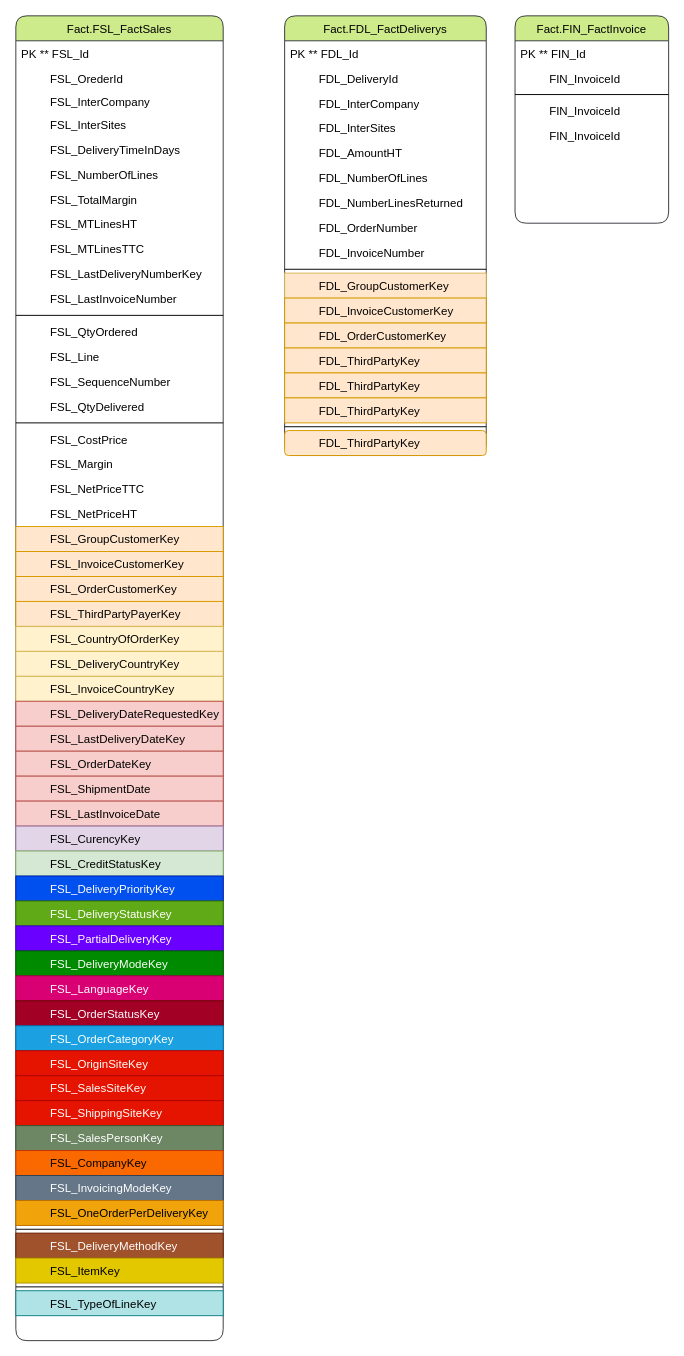
Before: Diagramme sans nom.drawio in BorchaniMohamed/BI_PROJECT_PFE, a draw.io diagram. Source tidied: cells renumbered, new cells numbered last; positions are measured from the earlier drawing's top-left corner, leaving out a move shared by most shapes. Both pictures are drawn from the tidied source at 96%, with x=0, y=0 at pixel (15, 15).
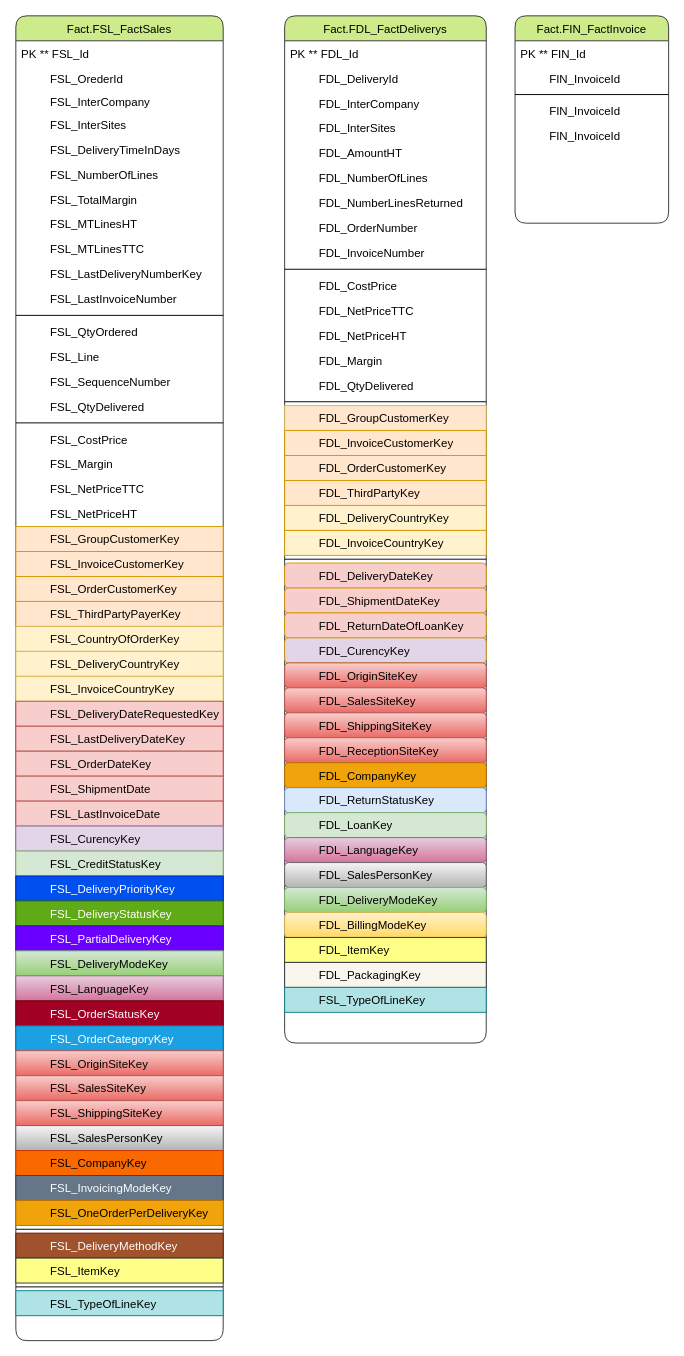
The same diagram, later.

Commit message (it also covers changes not shown here):
Mettre à jour Diagramme sans nom.drawio

The change refers to these unchanged cells:
```xml
<mxCell id="27" value="Fact.FSL_FactSales" style="swimlane;fontStyle=0;align=center;verticalAlign=top;horizontal=1;startSize=26;rounded=1;shadow=0;strokeWidth=1;fillStyle=auto;fillColor=#cdeb8b;strokeColor=#36393d;" parent="1" vertex="1">
  <mxGeometry width="216" height="1380" as="geometry" />
</mxCell>
```

Diff of the diagram source:
```diff
@@
     <mxCell id="2" value="Fact.FDL_FactDeliverys" style="swimlane;fontStyle=0;align=center;verticalAlign=top;horizontal=1;startSize=26;rounded=1;shadow=0;strokeWidth=1;fillColor=#cdeb8b;strokeColor=#36393d;" parent="1" vertex="1">
-      <mxGeometry x="280" width="210" height="458" as="geometry" />
+      <mxGeometry x="280" width="210" height="1070" as="geometry" />
     </mxCell>
@@
+    <mxCell id="82" value="         FDL_CostPrice   " style="text;align=left;verticalAlign=top;spacingLeft=4;spacingRight=4;overflow=hidden;rounded=0;shadow=0;html=0;" parent="2" vertex="1">
+      <mxGeometry y="268" width="210" height="26" as="geometry" />
+    </mxCell>
+    <mxCell id="83" value="         FDL_NetPriceTTC  " style="text;align=left;verticalAlign=top;spacingLeft=4;spacingRight=4;overflow=hidden;rounded=0;shadow=0;html=0;" parent="2" vertex="1">
+      <mxGeometry y="294" width="210" height="26" as="geometry" />
+    </mxCell>
+    <mxCell id="84" value="         FDL_NetPriceHT  " style="text;align=left;verticalAlign=top;spacingLeft=4;spacingRight=4;overflow=hidden;rounded=0;shadow=0;html=0;" parent="2" vertex="1">
+      <mxGeometry y="320" width="210" height="26" as="geometry" />
+    </mxCell>
+    <mxCell id="85" value="         FDL_Margin  " style="text;align=left;verticalAlign=top;spacingLeft=4;spacingRight=4;overflow=hidden;rounded=0;shadow=0;html=0;" parent="2" vertex="1">
+      <mxGeometry y="346" width="210" height="26" as="geometry" />
+    </mxCell>
+    <mxCell id="86" value="         FDL_QtyDelivered  " style="text;align=left;verticalAlign=top;spacingLeft=4;spacingRight=4;overflow=hidden;rounded=0;shadow=0;html=0;" parent="2" vertex="1">
+      <mxGeometry y="372" width="210" height="26" as="geometry" />
+    </mxCell>
+    <mxCell id="87" style="line;html=1;strokeWidth=1;align=left;verticalAlign=middle;spacingTop=-1;spacingLeft=3;spacingRight=3;labelPosition=right;" parent="2" vertex="1">
+      <mxGeometry y="398" width="210" height="8" as="geometry" />
+    </mxCell>
     <mxCell id="13" value="         FDL_GroupCustomerKey  " style="text;align=left;verticalAlign=top;spacingLeft=4;spacingRight=4;overflow=hidden;rounded=0;shadow=0;html=0;fillColor=#FFE6CC;strokeColor=#d6b656;" parent="2" vertex="1">
-      <mxGeometry y="268" width="210" height="26" as="geometry" />
+      <mxGeometry y="406" width="210" height="26" as="geometry" />
     </mxCell>
     <mxCell id="14" value="         FDL_InvoiceCustomerKey  " style="text;align=left;verticalAlign=top;spacingLeft=4;spacingRight=4;overflow=hidden;rounded=0;shadow=0;html=0;fillColor=#ffe6cc;strokeColor=#d79b00;" parent="2" vertex="1">
-      <mxGeometry y="294" width="210" height="26" as="geometry" />
+      <mxGeometry y="432" width="210" height="26" as="geometry" />
     </mxCell>
     <mxCell id="15" value="         FDL_OrderCustomerKey  " style="text;align=left;verticalAlign=top;spacingLeft=4;spacingRight=4;overflow=hidden;rounded=0;shadow=0;html=0;fillColor=#ffe6cc;strokeColor=#d79b00;" parent="2" vertex="1">
-      <mxGeometry y="320" width="210" height="26" as="geometry" />
+      <mxGeometry y="458" width="210" height="26" as="geometry" />
     </mxCell>
     <mxCell id="16" value="         FDL_ThirdPartyKey  " style="text;align=left;verticalAlign=top;spacingLeft=4;spacingRight=4;overflow=hidden;rounded=0;shadow=0;html=0;fillColor=#ffe6cc;strokeColor=#d79b00;" parent="2" vertex="1">
-      <mxGeometry y="346" width="210" height="26" as="geometry" />
+      <mxGeometry y="484" width="210" height="26" as="geometry" />
     </mxCell>
-    <mxCell id="17" value="         FDL_ThirdPartyKey  " style="text;align=left;verticalAlign=top;spacingLeft=4;spacingRight=4;overflow=hidden;rounded=0;shadow=0;html=0;fillColor=#ffe6cc;strokeColor=#d79b00;" parent="2" vertex="1">
-      <mxGeometry y="372" width="210" height="26" as="geometry" />
+    <mxCell id="17" value="         FDL_DeliveryCountryKey  " style="text;align=left;verticalAlign=top;spacingLeft=4;spacingRight=4;overflow=hidden;rounded=0;shadow=0;html=0;fillColor=#FFF2CC;strokeColor=#d79b00;" parent="2" vertex="1">
+      <mxGeometry y="510" width="210" height="26" as="geometry" />
     </mxCell>
-    <mxCell id="18" value="         FDL_ThirdPartyKey  " style="text;align=left;verticalAlign=top;spacingLeft=4;spacingRight=4;overflow=hidden;rounded=0;shadow=0;html=0;fillColor=#ffe6cc;strokeColor=#d79b00;" parent="2" vertex="1">
-      <mxGeometry y="398" width="210" height="26" as="geometry" />
+    <mxCell id="18" value="         FDL_InvoiceCountryKey" style="text;align=left;verticalAlign=top;spacingLeft=4;spacingRight=4;overflow=hidden;rounded=0;shadow=0;html=0;fillColor=#FFF2CC;strokeColor=#d79b00;" parent="2" vertex="1">
+      <mxGeometry y="536" width="210" height="26" as="geometry" />
     </mxCell>
     <mxCell id="19" style="line;html=1;strokeWidth=1;align=left;verticalAlign=middle;spacingTop=-1;spacingLeft=3;spacingRight=3;labelPosition=right;" parent="2" vertex="1">
-      <mxGeometry y="424" width="210" height="8" as="geometry" />
+      <mxGeometry y="562" width="210" height="8" as="geometry" />
     </mxCell>
-    <mxCell id="20" value="         FDL_ThirdPartyKey  " style="text;align=left;verticalAlign=top;spacingLeft=4;spacingRight=4;overflow=hidden;rounded=1;shadow=0;html=0;fillColor=#ffe6cc;strokeColor=#d79b00;" parent="2" vertex="1">
-      <mxGeometry y="432" width="210" height="26" as="geometry" />
+    <mxCell id="20" value="         FDL_DeliveryDateKey  " style="text;align=left;verticalAlign=top;spacingLeft=4;spacingRight=4;overflow=hidden;rounded=1;shadow=0;html=0;fillColor=#F8CECC;strokeColor=#d79b00;" parent="2" vertex="1">
+      <mxGeometry y="570" width="210" height="26" as="geometry" />
     </mxCell>
+    <mxCell id="88" value="         FDL_ShipmentDateKey  " style="text;align=left;verticalAlign=top;spacingLeft=4;spacingRight=4;overflow=hidden;rounded=1;shadow=0;html=0;fillColor=#F8CECC;strokeColor=#d79b00;" parent="2" vertex="1">
+      <mxGeometry y="596" width="210" height="26" as="geometry" />
+    </mxCell>
+    <mxCell id="89" value="         FDL_ReturnDateOfLoanKey  " style="text;align=left;verticalAlign=top;spacingLeft=4;spacingRight=4;overflow=hidden;rounded=1;shadow=0;html=0;fillColor=#F8CECC;strokeColor=#d79b00;" parent="2" vertex="1">
+      <mxGeometry y="622" width="210" height="26" as="geometry" />
+    </mxCell>
+    <mxCell id="90" value="         FDL_CurencyKey  " style="text;align=left;verticalAlign=top;spacingLeft=4;spacingRight=4;overflow=hidden;rounded=1;shadow=0;html=0;fillColor=#E1D5E7;strokeColor=#d79b00;" parent="2" vertex="1">
+      <mxGeometry y="648" width="210" height="26" as="geometry" />
+    </mxCell>
+    <mxCell id="91" value="         FDL_OriginSiteKey&#10;  " style="text;align=left;verticalAlign=top;spacingLeft=4;spacingRight=4;overflow=hidden;rounded=1;shadow=0;html=0;fillColor=#f8cecc;strokeColor=#b85450;gradientColor=#ea6b66;" parent="2" vertex="1">
+      <mxGeometry y="674" width="210" height="26" as="geometry" />
+    </mxCell>
+    <mxCell id="92" value="         FDL_SalesSiteKey&#10;  " style="text;align=left;verticalAlign=top;spacingLeft=4;spacingRight=4;overflow=hidden;rounded=1;shadow=0;html=0;fillColor=#f8cecc;strokeColor=#b85450;gradientColor=#ea6b66;" parent="2" vertex="1">
+      <mxGeometry y="700" width="210" height="26" as="geometry" />
+    </mxCell>
+    <mxCell id="93" value="         FDL_ShippingSiteKey&#10;  " style="text;align=left;verticalAlign=top;spacingLeft=4;spacingRight=4;overflow=hidden;rounded=1;shadow=0;html=0;fillColor=#f8cecc;strokeColor=#b85450;gradientColor=#ea6b66;" parent="2" vertex="1">
+      <mxGeometry y="726" width="210" height="26" as="geometry" />
+    </mxCell>
+    <mxCell id="94" value="         FDL_ReceptionSiteKey&#10;  " style="text;align=left;verticalAlign=top;spacingLeft=4;spacingRight=4;overflow=hidden;rounded=1;shadow=0;html=0;fillColor=#f8cecc;strokeColor=#b85450;gradientColor=#ea6b66;" parent="2" vertex="1">
+      <mxGeometry y="752" width="210" height="26" as="geometry" />
+    </mxCell>
+    <mxCell id="95" value="         FDL_CompanyKey&#10;  " style="text;align=left;verticalAlign=top;spacingLeft=4;spacingRight=4;overflow=hidden;rounded=1;shadow=0;html=0;fillColor=#f0a30a;strokeColor=#BD7000;fontColor=#000000;" parent="2" vertex="1">
+      <mxGeometry y="778" width="210" height="26" as="geometry" />
+    </mxCell>
+    <mxCell id="96" value="         FDL_ReturnStatusKey&#10;  " style="text;align=left;verticalAlign=top;spacingLeft=4;spacingRight=4;overflow=hidden;rounded=1;shadow=0;html=0;fillColor=#dae8fc;strokeColor=#6c8ebf;" parent="2" vertex="1">
+      <mxGeometry y="804" width="210" height="26" as="geometry" />
+    </mxCell>
+    <mxCell id="97" value="         FDL_LoanKey&#10;  " style="text;align=left;verticalAlign=top;spacingLeft=4;spacingRight=4;overflow=hidden;rounded=1;shadow=0;html=0;fillColor=#d5e8d4;strokeColor=#82b366;" parent="2" vertex="1">
+      <mxGeometry y="830" width="210" height="26" as="geometry" />
+    </mxCell>
+    <mxCell id="98" value="         FDL_LanguageKey&#10;  " style="text;align=left;verticalAlign=top;spacingLeft=4;spacingRight=4;overflow=hidden;rounded=1;shadow=0;html=0;fillColor=#e6d0de;strokeColor=#996185;gradientColor=#d5739d;" parent="2" vertex="1">
+      <mxGeometry y="856" width="210" height="26" as="geometry" />
+    </mxCell>
+    <mxCell id="99" value="         FDL_SalesPersonKey&#10;  " style="text;align=left;verticalAlign=top;spacingLeft=4;spacingRight=4;overflow=hidden;rounded=1;shadow=0;html=0;fillColor=#f5f5f5;strokeColor=#666666;gradientColor=#b3b3b3;" parent="2" vertex="1">
+      <mxGeometry y="882" width="210" height="26" as="geometry" />
+    </mxCell>
+    <mxCell id="100" value="         FDL_DeliveryModeKey&#10;  " style="text;align=left;verticalAlign=top;spacingLeft=4;spacingRight=4;overflow=hidden;rounded=1;shadow=0;html=0;fillColor=#d5e8d4;strokeColor=#82b366;gradientColor=#97d077;" parent="2" vertex="1">
+      <mxGeometry y="908" width="210" height="26" as="geometry" />
+    </mxCell>
+    <mxCell id="101" value="         FDL_BillingModeKey&#10;  " style="text;align=left;verticalAlign=top;spacingLeft=4;spacingRight=4;overflow=hidden;rounded=1;shadow=0;html=0;fillColor=#fff2cc;strokeColor=#d6b656;gradientColor=#ffd966;" parent="2" vertex="1">
+      <mxGeometry y="934" width="210" height="26" as="geometry" />
+    </mxCell>
+    <mxCell id="102" value="         FDL_ItemKey " style="text;align=left;verticalAlign=top;spacingLeft=4;spacingRight=4;overflow=hidden;rounded=0;shadow=0;html=0;fillColor=#ffff88;strokeColor=#36393d;" parent="2" vertex="1">
+      <mxGeometry y="960" width="210" height="26" as="geometry" />
+    </mxCell>
+    <mxCell id="103" value="         FDL_PackagingKey " style="text;align=left;verticalAlign=top;spacingLeft=4;spacingRight=4;overflow=hidden;rounded=0;shadow=0;html=0;fillColor=#f9f7ed;strokeColor=#36393d;" parent="2" vertex="1">
+      <mxGeometry y="986" width="210" height="26" as="geometry" />
+    </mxCell>
+    <mxCell id="104" value="         FSL_TypeOfLineKey " style="text;align=left;verticalAlign=top;spacingLeft=4;spacingRight=4;overflow=hidden;rounded=0;shadow=0;html=0;fillColor=#b0e3e6;strokeColor=#0e8088;" parent="2" vertex="1">
+      <mxGeometry y="1012" width="210" height="26" as="geometry" />
+    </mxCell>
@@
-    <mxCell id="66" value="         FSL_DeliveryModeKey" style="text;align=left;verticalAlign=top;spacingLeft=4;spacingRight=4;overflow=hidden;rounded=0;shadow=0;html=0;fillColor=#008a00;strokeColor=#005700;fontColor=#ffffff;" parent="27" vertex="1">
+    <mxCell id="66" value="         FSL_DeliveryModeKey" style="text;align=left;verticalAlign=top;spacingLeft=4;spacingRight=4;overflow=hidden;rounded=0;shadow=0;html=0;fillColor=#d5e8d4;strokeColor=#82b366;gradientColor=#97d077;" parent="27" vertex="1">
       <mxGeometry y="974" width="216" height="26" as="geometry" />
     </mxCell>
-    <mxCell id="67" value="         FSL_LanguageKey" style="text;align=left;verticalAlign=top;spacingLeft=4;spacingRight=4;overflow=hidden;rounded=0;shadow=0;html=0;fillColor=#d80073;strokeColor=#A50040;fontColor=#ffffff;" parent="27" vertex="1">
+    <mxCell id="67" value="         FSL_LanguageKey" style="text;align=left;verticalAlign=top;spacingLeft=4;spacingRight=4;overflow=hidden;rounded=0;shadow=0;html=0;fillColor=#e6d0de;strokeColor=#996185;gradientColor=#d5739d;" parent="27" vertex="1">
       <mxGeometry y="1000" width="216" height="26" as="geometry" />
     </mxCell>
@@
-    <mxCell id="70" value="         FSL_OriginSiteKey" style="text;align=left;verticalAlign=top;spacingLeft=4;spacingRight=4;overflow=hidden;rounded=0;shadow=0;html=0;fillColor=#e51400;strokeColor=#B20000;fontColor=#ffffff;" parent="27" vertex="1">
+    <mxCell id="70" value="         FSL_OriginSiteKey" style="text;align=left;verticalAlign=top;spacingLeft=4;spacingRight=4;overflow=hidden;rounded=0;shadow=0;html=0;fillColor=#f8cecc;strokeColor=#b85450;gradientColor=#ea6b66;" parent="27" vertex="1">
       <mxGeometry y="1078" width="216" height="26" as="geometry" />
     </mxCell>
-    <mxCell id="71" value="         FSL_SalesSiteKey" style="text;align=left;verticalAlign=top;spacingLeft=4;spacingRight=4;overflow=hidden;rounded=0;shadow=0;html=0;fillColor=#e51400;strokeColor=#B20000;fontColor=#ffffff;" parent="27" vertex="1">
+    <mxCell id="71" value="         FSL_SalesSiteKey" style="text;align=left;verticalAlign=top;spacingLeft=4;spacingRight=4;overflow=hidden;rounded=0;shadow=0;html=0;fillColor=#f8cecc;strokeColor=#b85450;gradientColor=#ea6b66;" parent="27" vertex="1">
       <mxGeometry y="1104" width="216" height="26" as="geometry" />
     </mxCell>
-    <mxCell id="72" value="         FSL_ShippingSiteKey" style="text;align=left;verticalAlign=top;spacingLeft=4;spacingRight=4;overflow=hidden;rounded=0;shadow=0;html=0;fillColor=#e51400;strokeColor=#B20000;fontColor=#ffffff;" parent="27" vertex="1">
+    <mxCell id="72" value="         FSL_ShippingSiteKey" style="text;align=left;verticalAlign=top;spacingLeft=4;spacingRight=4;overflow=hidden;rounded=0;shadow=0;html=0;fillColor=#f8cecc;strokeColor=#b85450;gradientColor=#ea6b66;" parent="27" vertex="1">
       <mxGeometry y="1130" width="216" height="26" as="geometry" />
     </mxCell>
-    <mxCell id="73" value="         FSL_SalesPersonKey" style="text;align=left;verticalAlign=top;spacingLeft=4;spacingRight=4;overflow=hidden;rounded=0;shadow=0;html=0;fillColor=#6d8764;strokeColor=#3A5431;fontColor=#ffffff;" parent="27" vertex="1">
+    <mxCell id="73" value="         FSL_SalesPersonKey" style="text;align=left;verticalAlign=top;spacingLeft=4;spacingRight=4;overflow=hidden;rounded=0;shadow=0;html=0;fillColor=#f5f5f5;strokeColor=#666666;gradientColor=#b3b3b3;" parent="27" vertex="1">
       <mxGeometry y="1156" width="216" height="26" as="geometry" />
     </mxCell>
@@
-    <mxCell id="79" value="         FSL_ItemKey " style="text;align=left;verticalAlign=top;spacingLeft=4;spacingRight=4;overflow=hidden;rounded=0;shadow=0;html=0;fillColor=#e3c800;fontColor=#000000;strokeColor=#B09500;" parent="27" vertex="1">
+    <mxCell id="79" value="         FSL_ItemKey " style="text;align=left;verticalAlign=top;spacingLeft=4;spacingRight=4;overflow=hidden;rounded=0;shadow=0;html=0;fillColor=#ffff88;strokeColor=#36393d;" parent="27" vertex="1">
       <mxGeometry y="1294" width="216" height="26" as="geometry" />
     </mxCell>
```
